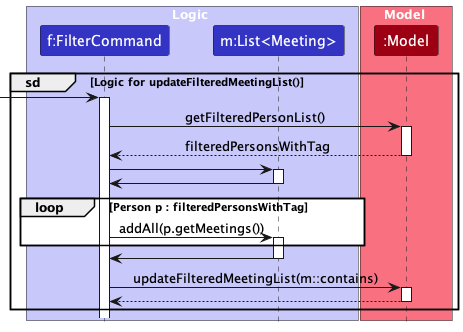
Above: docs/images/FilterSequenceDiagram_2.png in sethteo/tp (PlantUML), before the change. Its diagram source:
```plantuml
@startuml
group sd [Logic for updateFilteredMeetingList()]
    !include style.puml
    skinparam ArrowFontStyle plain
    skinparam sequenceReferenceBackgroundColor white

    box Logic LOGIC_COLOR_T1
    participant "f:FilterCommand" as FilterCommand LOGIC_COLOR
    participant "m:List<Meeting>" as MeetingList LOGIC_COLOR

    end box

    box Model MODEL_COLOR_T1
    participant ":Model" as Model MODEL_COLOR
    end box

    [-> FilterCommand
     activate FilterCommand

    FilterCommand -> Model : getFilteredPersonList()
    activate Model

    Model --> FilterCommand : filteredPersonsWithTag
    deactivate Model

    FilterCommand -> MeetingList
    activate MeetingList

    MeetingList -> FilterCommand
    deactivate MeetingList


    loop Person p : filteredPersonsWithTag
        FilterCommand -> MeetingList: addAll(p.getMeetings())
        activate MeetingList
    end

    MeetingList -> FilterCommand :
    deactivate MeetingList



    FilterCommand -> Model : updateFilteredMeetingList(m::contains)
    activate Model

    Model --> FilterCommand
    deactivate Model




end
@enduml
```
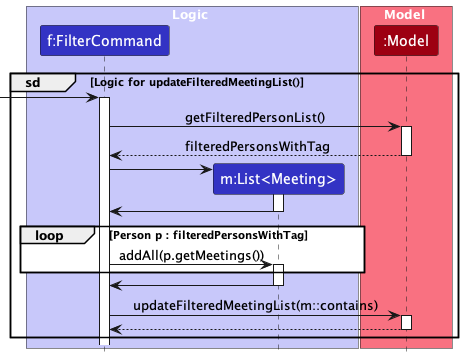
The same file after the commit.

Commit message:
Update sequence diagram

What changed in the source:
```diff
@@ -23,6 +23,7 @@
     Model --> FilterCommand : filteredPersonsWithTag
     deactivate Model
 
+    create MeetingList
     FilterCommand -> MeetingList
     activate MeetingList
 
@@ -46,8 +47,5 @@
     Model --> FilterCommand
     deactivate Model
 
-
-
-
 end
 @enduml
```
